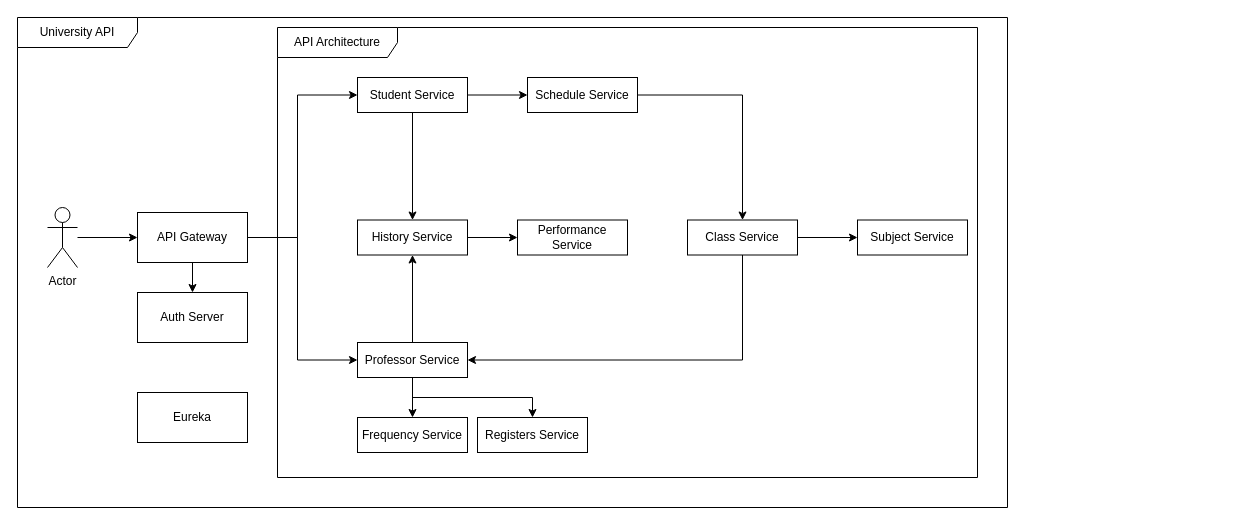
The draw.io diagram page "Architectural Modeling" (2 of 2) of diagrams/UniversityAPI.drawio in victorZoro/nestjs-ec-node-4, before the edit. Source tidied: cells renumbered, new cells numbered last; positions are measured from the earlier drawing's top-left corner, leaving out a move shared by most shapes. Both pictures are drawn from the tidied source at 100%, with x=0, y=0 at pixel (17, 17).
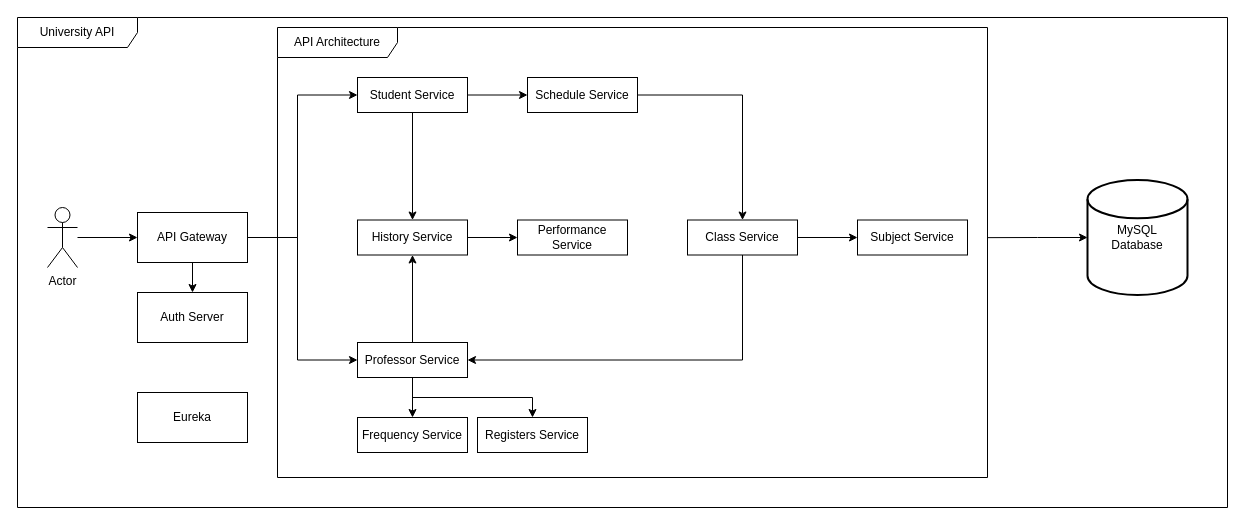
After the change.

Commit message:
chore(diagram): add database to architecture

Diff of the diagram source:
```diff
@@
     <mxCell id="10" value="&lt;div&gt;University API&lt;/div&gt;" style="shape=umlFrame;whiteSpace=wrap;html=1;width=120;height=30;" parent="1" vertex="1">
-      <mxGeometry width="990" height="490" as="geometry" />
+      <mxGeometry width="1210" height="490" as="geometry" />
     </mxCell>
     <mxCell id="11" value="&lt;div&gt;API Architecture&lt;br&gt;&lt;/div&gt;" style="shape=umlFrame;whiteSpace=wrap;html=1;width=120;height=30;" parent="1" vertex="1">
-      <mxGeometry x="260" y="10" width="700" height="450" as="geometry" />
+      <mxGeometry x="260" y="10" width="710" height="450" as="geometry" />
     </mxCell>
@@
+    <mxCell id="31" value="&lt;div&gt;MySQL&lt;/div&gt;&lt;div&gt;Database&lt;br&gt;&lt;/div&gt;" style="strokeWidth=2;html=1;shape=mxgraph.flowchart.database;whiteSpace=wrap;" parent="1" vertex="1">
+      <mxGeometry x="1070" y="162.5" width="100" height="115" as="geometry" />
+    </mxCell>
+    <mxCell id="32" style="edgeStyle=orthogonalEdgeStyle;rounded=0;jettySize=auto;html=1;entryX=1;entryY=0.467;entryDx=0;entryDy=0;entryPerimeter=0;endArrow=none;endFill=0;startArrow=classic;startFill=1;" parent="1" edge="1" source="31" target="11">
+      <mxGeometry relative="1" as="geometry" />
+    </mxCell>
```
